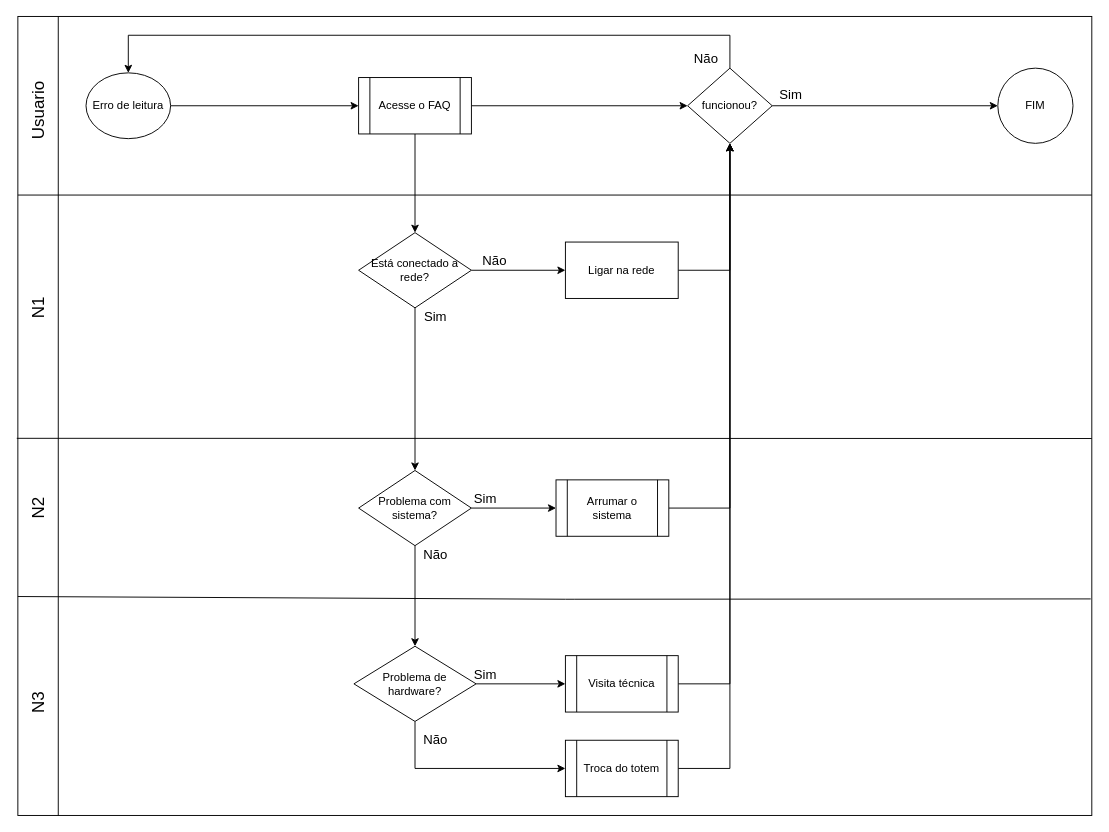
Above: Tecnologia_da_Informação/FLuxograma de suporte.drawio in BandTec/grupo4-1adsb-2020-2 (draw.io), before the change. Source tidied: cells renumbered, new cells numbered last; positions are measured from the earlier drawing's top-left corner, leaving out a move shared by most shapes. Both pictures are drawn from the tidied source at 94%, with x=0, y=0 at pixel (10, 16).
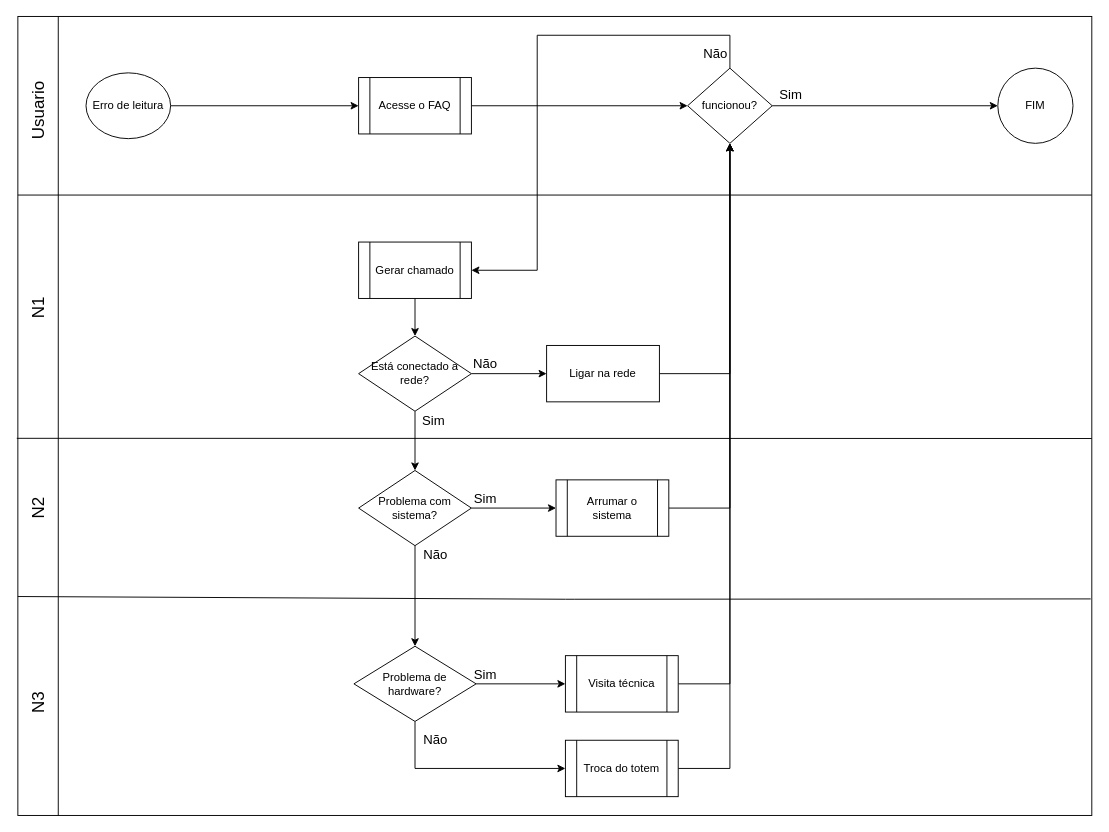
After the change.

Unchanged cells that the change refers to:
```xml
<mxCell id="10" value="Erro de leitura" style="ellipse;whiteSpace=wrap;html=1;" parent="1" vertex="1">
  <mxGeometry x="80" y="60" width="90" height="70" as="geometry" />
</mxCell>
<mxCell id="14" value="funcionou?" style="rhombus;whiteSpace=wrap;html=1;" parent="1" vertex="1">
  <mxGeometry x="720" y="55" width="90" height="80" as="geometry" />
</mxCell>
<mxCell id="20" value="Problema com sistema?" style="rhombus;whiteSpace=wrap;html=1;" parent="1" vertex="1">
  <mxGeometry x="370" y="483" width="120" height="80" as="geometry" />
</mxCell>
<mxCell id="43" value="Acesse o FAQ" style="shape=process;whiteSpace=wrap;html=1;backgroundOutline=1;" parent="1" vertex="1">
  <mxGeometry x="370" y="65" width="120" height="60" as="geometry" />
</mxCell>
```

Diff of the diagram source:
```diff
@@
-    <mxCell id="13" style="edgeStyle=orthogonalEdgeStyle;rounded=0;jettySize=auto;html=1;entryX=0.5;entryY=0;entryDx=0;entryDy=0;" parent="1" edge="1" source="14" target="10">
-      <mxGeometry relative="1" as="geometry">
-        <Array as="points">
-          <mxPoint x="765" y="20" />
-          <mxPoint x="125" y="20" />
-        </Array>
-      </mxGeometry>
-    </mxCell>
+    <mxCell id="44" style="edgeStyle=orthogonalEdgeStyle;rounded=0;jettySize=auto;html=1;entryX=1;entryY=0.5;entryDx=0;entryDy=0;" parent="1" edge="1" source="14" target="46">
+      <mxGeometry relative="1" as="geometry">
+        <Array as="points">
+          <mxPoint x="765" y="20" />
+          <mxPoint x="560" y="20" />
+          <mxPoint x="560" y="270" />
+        </Array>
+      </mxGeometry>
+    </mxCell>
@@
-    <mxCell id="15" style="edgeStyle=orthogonalEdgeStyle;rounded=0;jettySize=auto;html=1;entryX=0;entryY=0.5;entryDx=0;entryDy=0;" parent="1" edge="1" source="17" target="22">
+    <mxCell id="15" style="edgeStyle=orthogonalEdgeStyle;rounded=0;jettySize=auto;html=1;entryX=0;entryY=0.5;entryDx=0;entryDy=0;exitX=1;exitY=0.5;exitDx=0;exitDy=0;" parent="1" edge="1" source="17" target="22">
       <mxGeometry relative="1" as="geometry" />
     </mxCell>
-    <mxCell id="16" style="edgeStyle=orthogonalEdgeStyle;rounded=0;jettySize=auto;html=1;" parent="1" edge="1" source="17" target="20">
-      <mxGeometry relative="1" as="geometry" />
-    </mxCell>
-    <mxCell id="17" value="Está conectado a rede?" style="rhombus;whiteSpace=wrap;html=1;" parent="1" vertex="1">
-      <mxGeometry x="370" y="230" width="120" height="80" as="geometry" />
-    </mxCell>
@@
     <mxCell id="22" value="Ligar na rede" style="rounded=0;whiteSpace=wrap;html=1;" parent="1" vertex="1">
-      <mxGeometry x="590" y="240" width="120" height="60" as="geometry" />
+      <mxGeometry x="570" y="350" width="120" height="60" as="geometry" />
     </mxCell>
     <mxCell id="23" value="&lt;font style=&quot;font-size: 14px&quot;&gt;Não&lt;/font&gt;" style="text;html=1;strokeColor=none;fillColor=none;align=center;verticalAlign=middle;whiteSpace=wrap;rounded=0;" parent="1" vertex="1">
-      <mxGeometry x="495" y="250" width="40" height="20" as="geometry" />
+      <mxGeometry x="485" y="360" width="40" height="20" as="geometry" />
     </mxCell>
     <mxCell id="24" value="&lt;font style=&quot;font-size: 14px&quot;&gt;Sim&lt;/font&gt;" style="text;html=1;strokeColor=none;fillColor=none;align=center;verticalAlign=middle;whiteSpace=wrap;rounded=0;" parent="1" vertex="1">
-      <mxGeometry x="431.9" y="310" width="40" height="20" as="geometry" />
+      <mxGeometry x="430" y="420" width="40" height="20" as="geometry" />
     </mxCell>
@@
     <mxCell id="26" value="&lt;font style=&quot;font-size: 14px&quot;&gt;Não&lt;/font&gt;" style="text;html=1;strokeColor=none;fillColor=none;align=center;verticalAlign=middle;whiteSpace=wrap;rounded=0;" parent="1" vertex="1">
-      <mxGeometry x="720" y="35" width="40" height="20" as="geometry" />
+      <mxGeometry x="730" y="30" width="40" height="20" as="geometry" />
     </mxCell>
@@
-    <mxCell id="41" style="edgeStyle=orthogonalEdgeStyle;rounded=0;jettySize=auto;html=1;entryX=0.5;entryY=0;entryDx=0;entryDy=0;" parent="1" edge="1" source="43" target="17">
-      <mxGeometry relative="1" as="geometry" />
-    </mxCell>
@@
+    <mxCell id="16" style="edgeStyle=orthogonalEdgeStyle;rounded=0;jettySize=auto;html=1;" parent="1" edge="1" source="17" target="20">
+      <mxGeometry relative="1" as="geometry" />
+    </mxCell>
+    <mxCell id="17" value="Está conectado a rede?" style="rhombus;whiteSpace=wrap;html=1;" parent="1" vertex="1">
+      <mxGeometry x="370" y="340" width="120" height="80" as="geometry" />
+    </mxCell>
+    <mxCell id="45" style="edgeStyle=orthogonalEdgeStyle;rounded=0;jettySize=auto;html=1;" parent="1" edge="1" source="46" target="17">
+      <mxGeometry relative="1" as="geometry" />
+    </mxCell>
+    <mxCell id="46" value="Gerar chamado" style="shape=process;whiteSpace=wrap;html=1;backgroundOutline=1;" parent="1" vertex="1">
+      <mxGeometry x="370" y="240" width="120" height="60" as="geometry" />
+    </mxCell>
```
